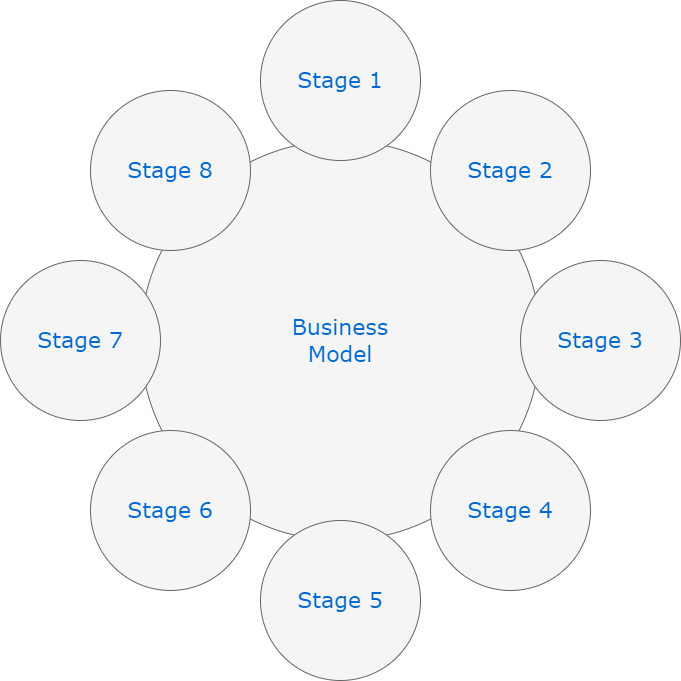
sridharankv/M1_March_2022 keeps this draw.io diagram as 2_Architecture/Untitled Diagram.drawio.png. Above is the earlier version. Source tidied: cells renumbered, new cells last; positions are measured from the earlier drawing's top-left corner, leaving out a move shared by most shapes. Its diagram source:
```xml
<mxGraphModel>
  <root>
    <mxCell id="0" />
    <mxCell id="1" parent="0" />
    <mxCell id="2" value="Business&lt;div&gt;Model&lt;/div&gt;" style="ellipse;whiteSpace=wrap;html=1;rounded=0;shadow=0;dashed=0;comic=0;fontFamily=Verdana;fontSize=22;fontColor=#0069D1;fillColor=#f5f5f5;strokeColor=#666666;" parent="1" vertex="1">
      <mxGeometry x="140" y="140" width="400" height="400" as="geometry" />
    </mxCell>
    <mxCell id="3" value="Stage 1" style="ellipse;whiteSpace=wrap;html=1;rounded=0;shadow=0;dashed=0;comic=0;fontFamily=Verdana;fontSize=22;fontColor=#0069D1;fillColor=#f5f5f5;strokeColor=#666666;" parent="1" vertex="1">
      <mxGeometry x="260" width="160" height="160" as="geometry" />
    </mxCell>
    <mxCell id="4" value="Stage 5" style="ellipse;whiteSpace=wrap;html=1;rounded=0;shadow=0;dashed=0;comic=0;fontFamily=Verdana;fontSize=22;fontColor=#0069D1;fillColor=#f5f5f5;strokeColor=#666666;" parent="1" vertex="1">
      <mxGeometry x="260" y="520" width="160" height="160" as="geometry" />
    </mxCell>
    <mxCell id="5" value="Stage 3" style="ellipse;whiteSpace=wrap;html=1;rounded=0;shadow=0;dashed=0;comic=0;fontFamily=Verdana;fontSize=22;fontColor=#0069D1;fillColor=#f5f5f5;strokeColor=#666666;" parent="1" vertex="1">
      <mxGeometry x="520" y="260" width="160" height="160" as="geometry" />
    </mxCell>
    <mxCell id="6" value="Stage 7" style="ellipse;whiteSpace=wrap;html=1;rounded=0;shadow=0;dashed=0;comic=0;fontFamily=Verdana;fontSize=22;fontColor=#0069D1;fillColor=#f5f5f5;strokeColor=#666666;" parent="1" vertex="1">
      <mxGeometry y="260" width="160" height="160" as="geometry" />
    </mxCell>
    <mxCell id="7" value="Stage 8" style="ellipse;whiteSpace=wrap;html=1;rounded=0;shadow=0;dashed=0;comic=0;fontFamily=Verdana;fontSize=22;fontColor=#0069D1;fillColor=#f5f5f5;strokeColor=#666666;" parent="1" vertex="1">
      <mxGeometry x="90" y="90" width="160" height="160" as="geometry" />
    </mxCell>
    <mxCell id="8" value="Stage 2" style="ellipse;whiteSpace=wrap;html=1;rounded=0;shadow=0;dashed=0;comic=0;fontFamily=Verdana;fontSize=22;fontColor=#0069D1;fillColor=#f5f5f5;strokeColor=#666666;" parent="1" vertex="1">
      <mxGeometry x="430" y="90" width="160" height="160" as="geometry" />
    </mxCell>
    <mxCell id="9" value="Stage 4" style="ellipse;whiteSpace=wrap;html=1;rounded=0;shadow=0;dashed=0;comic=0;fontFamily=Verdana;fontSize=22;fontColor=#0069D1;fillColor=#f5f5f5;strokeColor=#666666;" parent="1" vertex="1">
      <mxGeometry x="430" y="430" width="160" height="160" as="geometry" />
    </mxCell>
    <mxCell id="10" value="Stage 6" style="ellipse;whiteSpace=wrap;html=1;rounded=0;shadow=0;dashed=0;comic=0;fontFamily=Verdana;fontSize=22;fontColor=#0069D1;fillColor=#f5f5f5;strokeColor=#666666;" parent="1" vertex="1">
      <mxGeometry x="90" y="430" width="160" height="160" as="geometry" />
    </mxCell>
  </root>
</mxGraphModel>
```
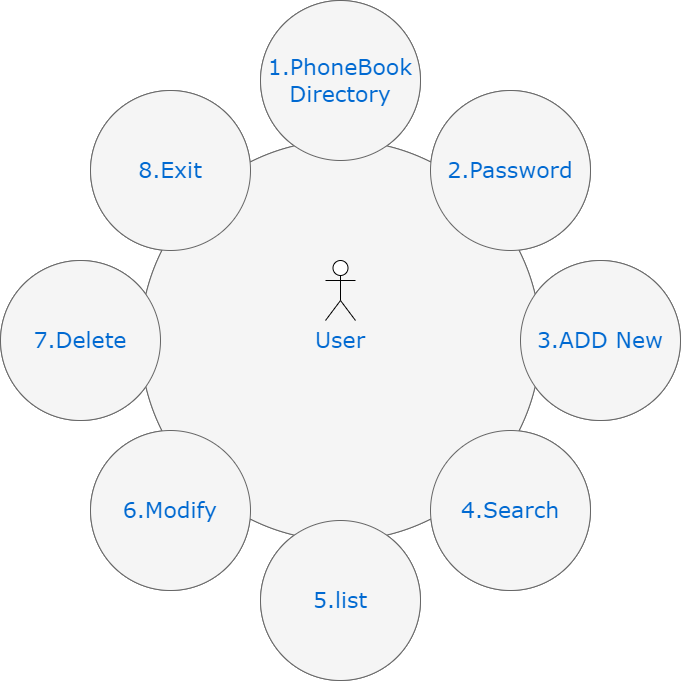
Above is the later version.

What changed in the source:
```diff
@@ -29,5 +29,35 @@
     <mxCell id="10" value="Stage 6" style="ellipse;whiteSpace=wrap;html=1;rounded=0;shadow=0;dashed=0;comic=0;fontFamily=Verdana;fontSize=22;fontColor=#0069D1;fillColor=#f5f5f5;strokeColor=#666666;" parent="1" vertex="1">
       <mxGeometry x="90" y="430" width="160" height="160" as="geometry" />
     </mxCell>
+    <mxCell id="11" value="User" style="ellipse;whiteSpace=wrap;html=1;rounded=0;shadow=0;dashed=0;comic=0;fontFamily=Verdana;fontSize=22;fontColor=#0069D1;fillColor=#f5f5f5;strokeColor=#666666;" parent="1" vertex="1">
+      <mxGeometry x="140" y="140" width="400" height="400" as="geometry" />
+    </mxCell>
+    <mxCell id="12" value="1.PhoneBook&lt;br&gt;Directory" style="ellipse;whiteSpace=wrap;html=1;rounded=0;shadow=0;dashed=0;comic=0;fontFamily=Verdana;fontSize=22;fontColor=#0069D1;fillColor=#f5f5f5;strokeColor=#666666;" parent="1" vertex="1">
+      <mxGeometry x="260" width="160" height="160" as="geometry" />
+    </mxCell>
+    <mxCell id="13" value="5.list" style="ellipse;whiteSpace=wrap;html=1;rounded=0;shadow=0;dashed=0;comic=0;fontFamily=Verdana;fontSize=22;fontColor=#0069D1;fillColor=#f5f5f5;strokeColor=#666666;" parent="1" vertex="1">
+      <mxGeometry x="260" y="520" width="160" height="160" as="geometry" />
+    </mxCell>
+    <mxCell id="14" value="3.ADD New" style="ellipse;whiteSpace=wrap;html=1;rounded=0;shadow=0;dashed=0;comic=0;fontFamily=Verdana;fontSize=22;fontColor=#0069D1;fillColor=#f5f5f5;strokeColor=#666666;" parent="1" vertex="1">
+      <mxGeometry x="520" y="260" width="160" height="160" as="geometry" />
+    </mxCell>
+    <mxCell id="15" value="7.Delete" style="ellipse;whiteSpace=wrap;html=1;rounded=0;shadow=0;dashed=0;comic=0;fontFamily=Verdana;fontSize=22;fontColor=#0069D1;fillColor=#f5f5f5;strokeColor=#666666;" parent="1" vertex="1">
+      <mxGeometry y="260" width="160" height="160" as="geometry" />
+    </mxCell>
+    <mxCell id="16" value="8.Exit" style="ellipse;whiteSpace=wrap;html=1;rounded=0;shadow=0;dashed=0;comic=0;fontFamily=Verdana;fontSize=22;fontColor=#0069D1;fillColor=#f5f5f5;strokeColor=#666666;" parent="1" vertex="1">
+      <mxGeometry x="90" y="90" width="160" height="160" as="geometry" />
+    </mxCell>
+    <mxCell id="17" value="2.Password" style="ellipse;whiteSpace=wrap;html=1;rounded=0;shadow=0;dashed=0;comic=0;fontFamily=Verdana;fontSize=22;fontColor=#0069D1;fillColor=#f5f5f5;strokeColor=#666666;" parent="1" vertex="1">
+      <mxGeometry x="430" y="90" width="160" height="160" as="geometry" />
+    </mxCell>
+    <mxCell id="18" value="4.Search" style="ellipse;whiteSpace=wrap;html=1;rounded=0;shadow=0;dashed=0;comic=0;fontFamily=Verdana;fontSize=22;fontColor=#0069D1;fillColor=#f5f5f5;strokeColor=#666666;" parent="1" vertex="1">
+      <mxGeometry x="430" y="430" width="160" height="160" as="geometry" />
+    </mxCell>
+    <mxCell id="19" value="6.Modify" style="ellipse;whiteSpace=wrap;html=1;rounded=0;shadow=0;dashed=0;comic=0;fontFamily=Verdana;fontSize=22;fontColor=#0069D1;fillColor=#f5f5f5;strokeColor=#666666;" parent="1" vertex="1">
+      <mxGeometry x="90" y="430" width="160" height="160" as="geometry" />
+    </mxCell>
+    <mxCell id="20" style="shape=umlActor;verticalLabelPosition=bottom;verticalAlign=top;html=1;" parent="1" vertex="1">
+      <mxGeometry x="325" y="260" width="30" height="60" as="geometry" />
+    </mxCell>
   </root>
 </mxGraphModel>
```
